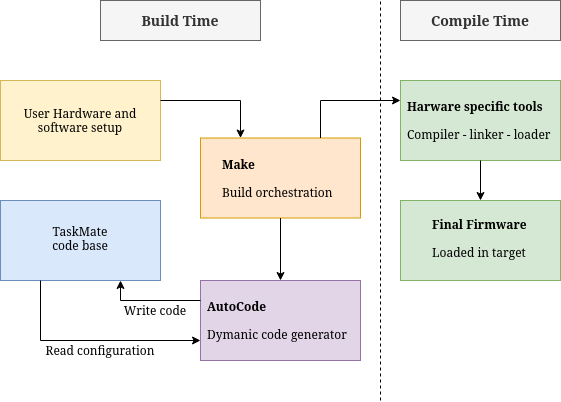
spradere/TaskMate keeps this draw.io diagram as doc/build_v3.png. Above is the earlier version. Source tidied: cells renumbered, new cells last; positions are measured from the earlier drawing's top-left corner, leaving out a move shared by most shapes. Source of this version:
```xml
<mxGraphModel>
  <root>
    <mxCell id="0" />
    <mxCell id="1" parent="0" />
    <mxCell id="2" style="rounded=0;whiteSpace=wrap;html=1;fillColor=#ffe6cc;strokeColor=#d79b00;" parent="1" vertex="1">
      <mxGeometry x="200" y="137.5" width="160" height="80" as="geometry" />
    </mxCell>
    <mxCell id="3" value="&lt;div align=&quot;left&quot;&gt;&lt;b&gt;Make&lt;/b&gt;&lt;/div&gt;&lt;div align=&quot;left&quot;&gt;&lt;b&gt;&lt;br&gt;&lt;/b&gt;&lt;/div&gt;&lt;div align=&quot;left&quot;&gt;Build orchestration&lt;/div&gt;" style="text;html=1;whiteSpace=wrap;strokeColor=none;fillColor=none;align=left;verticalAlign=middle;rounded=0;" parent="1" vertex="1">
      <mxGeometry x="220" y="150" width="120" height="55" as="geometry" />
    </mxCell>
    <mxCell id="4" style="rounded=0;whiteSpace=wrap;html=1;fillColor=#fff2cc;strokeColor=#d6b656;" parent="1" vertex="1">
      <mxGeometry y="80" width="160" height="80" as="geometry" />
    </mxCell>
    <mxCell id="5" value="&lt;div&gt;User Hardware and&lt;/div&gt;&lt;div&gt;software setup&lt;/div&gt;" style="text;html=1;whiteSpace=wrap;strokeColor=none;fillColor=none;align=center;verticalAlign=middle;rounded=0;" parent="1" vertex="1">
      <mxGeometry x="5" y="95" width="150" height="50" as="geometry" />
    </mxCell>
    <mxCell id="6" style="rounded=0;whiteSpace=wrap;html=1;fillColor=#e1d5e7;strokeColor=#9673a6;" parent="1" vertex="1">
      <mxGeometry x="200" y="280" width="160" height="80" as="geometry" />
    </mxCell>
    <mxCell id="7" value="&lt;div align=&quot;left&quot;&gt;&lt;b&gt;AutoCode&lt;/b&gt;&lt;/div&gt;&lt;div align=&quot;left&quot;&gt;&lt;br&gt;&lt;/div&gt;&lt;div align=&quot;left&quot;&gt;Dymanic code generator&lt;/div&gt;" style="text;html=1;whiteSpace=wrap;strokeColor=none;fillColor=none;align=left;verticalAlign=middle;rounded=0;" parent="1" vertex="1">
      <mxGeometry x="205" y="290" width="150" height="60" as="geometry" />
    </mxCell>
    <mxCell id="8" style="rounded=0;whiteSpace=wrap;html=1;fillColor=#dae8fc;strokeColor=#6c8ebf;" parent="1" vertex="1">
      <mxGeometry y="200" width="160" height="80" as="geometry" />
    </mxCell>
    <mxCell id="9" value="&lt;div&gt;TaskMate&lt;/div&gt;&lt;div&gt;code base&lt;/div&gt;" style="text;html=1;whiteSpace=wrap;strokeColor=none;fillColor=none;align=center;verticalAlign=middle;rounded=0;" parent="1" vertex="1">
      <mxGeometry x="20" y="217.5" width="120" height="40" as="geometry" />
    </mxCell>
    <mxCell id="10" style="rounded=0;whiteSpace=wrap;html=1;fillColor=#d5e8d4;strokeColor=#82b366;" parent="1" vertex="1">
      <mxGeometry x="400" y="80" width="160" height="80" as="geometry" />
    </mxCell>
    <mxCell id="11" value="&lt;div align=&quot;left&quot;&gt;&lt;b&gt;Harware specific tools&lt;/b&gt;&lt;/div&gt;&lt;div align=&quot;left&quot;&gt;&lt;br&gt;&lt;/div&gt;&lt;div align=&quot;left&quot;&gt;Compiler - linker - loader&lt;/div&gt;" style="text;html=1;whiteSpace=wrap;strokeColor=none;fillColor=none;align=left;verticalAlign=middle;rounded=0;" parent="1" vertex="1">
      <mxGeometry x="405" y="90" width="155" height="60" as="geometry" />
    </mxCell>
    <mxCell id="12" style="rounded=0;whiteSpace=wrap;html=1;fillColor=#d5e8d4;strokeColor=#82b366;" parent="1" vertex="1">
      <mxGeometry x="400" y="200" width="160" height="80" as="geometry" />
    </mxCell>
    <mxCell id="13" value="&lt;div align=&quot;left&quot;&gt;&lt;b&gt;Final Firmware&lt;/b&gt;&lt;/div&gt;&lt;div align=&quot;left&quot;&gt;&lt;b&gt;&lt;br&gt;&lt;/b&gt;&lt;/div&gt;&lt;div align=&quot;left&quot;&gt;Loaded in target&lt;/div&gt;" style="text;html=1;whiteSpace=wrap;strokeColor=none;fillColor=none;align=left;verticalAlign=middle;rounded=0;" parent="1" vertex="1">
      <mxGeometry x="430" y="210" width="100" height="55" as="geometry" />
    </mxCell>
    <mxCell id="14" style="endArrow=classic;html=1;rounded=0;exitX=1;exitY=0.25;exitDx=0;exitDy=0;entryX=0.25;entryY=0;entryDx=0;entryDy=0;edgeStyle=orthogonalEdgeStyle;" parent="1" edge="1" source="4" target="2">
      <mxGeometry relative="1" as="geometry" />
    </mxCell>
    <mxCell id="15" style="endArrow=classic;html=1;rounded=0;exitX=0.5;exitY=1;exitDx=0;exitDy=0;entryX=0.5;entryY=0;entryDx=0;entryDy=0;" parent="1" edge="1" source="2" target="6">
      <mxGeometry relative="1" as="geometry" />
    </mxCell>
    <mxCell id="16" style="endArrow=classic;html=1;rounded=0;exitX=0.25;exitY=1;exitDx=0;exitDy=0;entryX=0;entryY=0.75;entryDx=0;entryDy=0;edgeStyle=orthogonalEdgeStyle;" parent="1" edge="1" source="8" target="6">
      <mxGeometry relative="1" as="geometry" />
    </mxCell>
    <mxCell id="17" style="endArrow=classic;html=1;rounded=0;entryX=0.75;entryY=1;entryDx=0;entryDy=0;exitX=0;exitY=0.25;exitDx=0;exitDy=0;edgeStyle=orthogonalEdgeStyle;" parent="1" edge="1" source="6" target="8">
      <mxGeometry relative="1" as="geometry" />
    </mxCell>
    <mxCell id="18" value="Write code" style="text;html=1;whiteSpace=wrap;strokeColor=none;fillColor=none;align=center;verticalAlign=middle;rounded=0;" parent="1" vertex="1">
      <mxGeometry x="120" y="300" width="70" height="20" as="geometry" />
    </mxCell>
    <mxCell id="19" value="Read configuration" style="text;html=1;whiteSpace=wrap;strokeColor=none;fillColor=none;align=center;verticalAlign=middle;rounded=0;" parent="1" vertex="1">
      <mxGeometry x="40" y="340" width="120" height="20" as="geometry" />
    </mxCell>
    <mxCell id="20" style="endArrow=classic;html=1;rounded=0;exitX=0.5;exitY=1;exitDx=0;exitDy=0;entryX=0.5;entryY=0;entryDx=0;entryDy=0;" parent="1" edge="1" source="10" target="12">
      <mxGeometry relative="1" as="geometry" />
    </mxCell>
    <mxCell id="21" style="endArrow=classic;html=1;rounded=0;entryX=0;entryY=0.25;entryDx=0;entryDy=0;exitX=0.75;exitY=0;exitDx=0;exitDy=0;edgeStyle=orthogonalEdgeStyle;" parent="1" edge="1" source="2" target="10">
      <mxGeometry relative="1" as="geometry" />
    </mxCell>
    <mxCell id="22" style="endArrow=none;dashed=1;html=1;rounded=0;" parent="1" edge="1">
      <mxGeometry relative="1" as="geometry">
        <mxPoint x="380" y="400" as="sourcePoint" />
        <mxPoint x="380" as="targetPoint" />
      </mxGeometry>
    </mxCell>
    <mxCell id="23" value="&lt;b&gt;&lt;font style=&quot;font-size: 14px;&quot;&gt;Build Time&lt;/font&gt;&lt;/b&gt;" style="text;html=1;whiteSpace=wrap;align=center;verticalAlign=middle;rounded=0;fillColor=#f5f5f5;fontColor=#333333;strokeColor=#666666;" parent="1" vertex="1">
      <mxGeometry x="100" width="160" height="40" as="geometry" />
    </mxCell>
    <mxCell id="24" value="&lt;b&gt;&lt;font style=&quot;font-size: 14px;&quot;&gt;Compile Time&lt;/font&gt;&lt;/b&gt;" style="text;html=1;whiteSpace=wrap;strokeColor=#666666;fillColor=#f5f5f5;align=center;verticalAlign=middle;rounded=0;fontColor=#333333;" parent="1" vertex="1">
      <mxGeometry x="400" width="160" height="40" as="geometry" />
    </mxCell>
  </root>
</mxGraphModel>
```
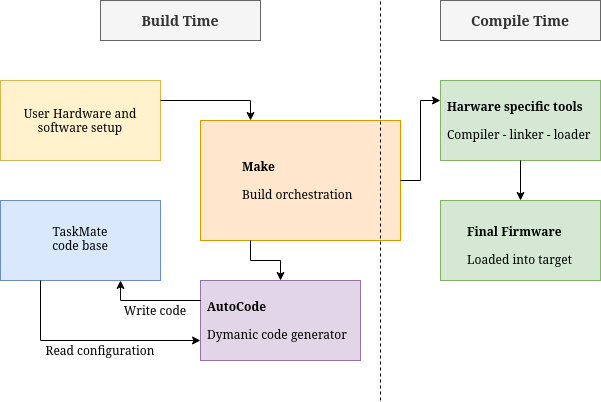
The same file after the commit.

Commit message:
update build diagram + fix module thread pointer

Diff of the diagram source:
```diff
@@ -3,10 +3,10 @@
     <mxCell id="0" />
     <mxCell id="1" parent="0" />
     <mxCell id="2" style="rounded=0;whiteSpace=wrap;html=1;fillColor=#ffe6cc;strokeColor=#d79b00;" parent="1" vertex="1">
-      <mxGeometry x="200" y="137.5" width="160" height="80" as="geometry" />
+      <mxGeometry x="200" y="120" width="200" height="120" as="geometry" />
     </mxCell>
     <mxCell id="3" value="&lt;div align=&quot;left&quot;&gt;&lt;b&gt;Make&lt;/b&gt;&lt;/div&gt;&lt;div align=&quot;left&quot;&gt;&lt;b&gt;&lt;br&gt;&lt;/b&gt;&lt;/div&gt;&lt;div align=&quot;left&quot;&gt;Build orchestration&lt;/div&gt;" style="text;html=1;whiteSpace=wrap;strokeColor=none;fillColor=none;align=left;verticalAlign=middle;rounded=0;" parent="1" vertex="1">
-      <mxGeometry x="220" y="150" width="120" height="55" as="geometry" />
+      <mxGeometry x="240" y="152.5" width="120" height="55" as="geometry" />
     </mxCell>
     <mxCell id="4" style="rounded=0;whiteSpace=wrap;html=1;fillColor=#fff2cc;strokeColor=#d6b656;" parent="1" vertex="1">
       <mxGeometry y="80" width="160" height="80" as="geometry" />
@@ -27,21 +27,21 @@
       <mxGeometry x="20" y="217.5" width="120" height="40" as="geometry" />
     </mxCell>
     <mxCell id="10" style="rounded=0;whiteSpace=wrap;html=1;fillColor=#d5e8d4;strokeColor=#82b366;" parent="1" vertex="1">
-      <mxGeometry x="400" y="80" width="160" height="80" as="geometry" />
+      <mxGeometry x="440" y="80" width="160" height="80" as="geometry" />
     </mxCell>
     <mxCell id="11" value="&lt;div align=&quot;left&quot;&gt;&lt;b&gt;Harware specific tools&lt;/b&gt;&lt;/div&gt;&lt;div align=&quot;left&quot;&gt;&lt;br&gt;&lt;/div&gt;&lt;div align=&quot;left&quot;&gt;Compiler - linker - loader&lt;/div&gt;" style="text;html=1;whiteSpace=wrap;strokeColor=none;fillColor=none;align=left;verticalAlign=middle;rounded=0;" parent="1" vertex="1">
-      <mxGeometry x="405" y="90" width="155" height="60" as="geometry" />
+      <mxGeometry x="445" y="90" width="155" height="60" as="geometry" />
     </mxCell>
     <mxCell id="12" style="rounded=0;whiteSpace=wrap;html=1;fillColor=#d5e8d4;strokeColor=#82b366;" parent="1" vertex="1">
-      <mxGeometry x="400" y="200" width="160" height="80" as="geometry" />
+      <mxGeometry x="440" y="200" width="160" height="80" as="geometry" />
     </mxCell>
-    <mxCell id="13" value="&lt;div align=&quot;left&quot;&gt;&lt;b&gt;Final Firmware&lt;/b&gt;&lt;/div&gt;&lt;div align=&quot;left&quot;&gt;&lt;b&gt;&lt;br&gt;&lt;/b&gt;&lt;/div&gt;&lt;div align=&quot;left&quot;&gt;Loaded in target&lt;/div&gt;" style="text;html=1;whiteSpace=wrap;strokeColor=none;fillColor=none;align=left;verticalAlign=middle;rounded=0;" parent="1" vertex="1">
-      <mxGeometry x="430" y="210" width="100" height="55" as="geometry" />
+    <mxCell id="13" value="&lt;div align=&quot;left&quot;&gt;&lt;b&gt;Final Firmware&lt;/b&gt;&lt;/div&gt;&lt;div align=&quot;left&quot;&gt;&lt;b&gt;&lt;br&gt;&lt;/b&gt;&lt;/div&gt;&lt;div align=&quot;left&quot;&gt;Loaded into target&lt;/div&gt;" style="text;html=1;whiteSpace=wrap;strokeColor=none;fillColor=none;align=left;verticalAlign=middle;rounded=0;" parent="1" vertex="1">
+      <mxGeometry x="465" y="217.5" width="110" height="55" as="geometry" />
     </mxCell>
     <mxCell id="14" style="endArrow=classic;html=1;rounded=0;exitX=1;exitY=0.25;exitDx=0;exitDy=0;entryX=0.25;entryY=0;entryDx=0;entryDy=0;edgeStyle=orthogonalEdgeStyle;" parent="1" edge="1" source="4" target="2">
       <mxGeometry relative="1" as="geometry" />
     </mxCell>
-    <mxCell id="15" style="endArrow=classic;html=1;rounded=0;exitX=0.5;exitY=1;exitDx=0;exitDy=0;entryX=0.5;entryY=0;entryDx=0;entryDy=0;" parent="1" edge="1" source="2" target="6">
+    <mxCell id="15" style="endArrow=classic;html=1;rounded=0;exitX=0.25;exitY=1;exitDx=0;exitDy=0;entryX=0.5;entryY=0;entryDx=0;entryDy=0;edgeStyle=orthogonalEdgeStyle;" parent="1" edge="1" source="2" target="6">
       <mxGeometry relative="1" as="geometry" />
     </mxCell>
     <mxCell id="16" style="endArrow=classic;html=1;rounded=0;exitX=0.25;exitY=1;exitDx=0;exitDy=0;entryX=0;entryY=0.75;entryDx=0;entryDy=0;edgeStyle=orthogonalEdgeStyle;" parent="1" edge="1" source="8" target="6">
@@ -59,7 +59,7 @@
     <mxCell id="20" style="endArrow=classic;html=1;rounded=0;exitX=0.5;exitY=1;exitDx=0;exitDy=0;entryX=0.5;entryY=0;entryDx=0;entryDy=0;" parent="1" edge="1" source="10" target="12">
       <mxGeometry relative="1" as="geometry" />
     </mxCell>
-    <mxCell id="21" style="endArrow=classic;html=1;rounded=0;entryX=0;entryY=0.25;entryDx=0;entryDy=0;exitX=0.75;exitY=0;exitDx=0;exitDy=0;edgeStyle=orthogonalEdgeStyle;" parent="1" edge="1" source="2" target="10">
+    <mxCell id="21" style="endArrow=classic;html=1;rounded=0;entryX=0;entryY=0.25;entryDx=0;entryDy=0;exitX=1;exitY=0.5;exitDx=0;exitDy=0;edgeStyle=orthogonalEdgeStyle;" parent="1" edge="1" source="2" target="10">
       <mxGeometry relative="1" as="geometry" />
     </mxCell>
     <mxCell id="22" style="endArrow=none;dashed=1;html=1;rounded=0;" parent="1" edge="1">
@@ -72,7 +72,7 @@
       <mxGeometry x="100" width="160" height="40" as="geometry" />
     </mxCell>
     <mxCell id="24" value="&lt;b&gt;&lt;font style=&quot;font-size: 14px;&quot;&gt;Compile Time&lt;/font&gt;&lt;/b&gt;" style="text;html=1;whiteSpace=wrap;strokeColor=#666666;fillColor=#f5f5f5;align=center;verticalAlign=middle;rounded=0;fontColor=#333333;" parent="1" vertex="1">
-      <mxGeometry x="400" width="160" height="40" as="geometry" />
+      <mxGeometry x="440" width="160" height="40" as="geometry" />
     </mxCell>
   </root>
 </mxGraphModel>
```
